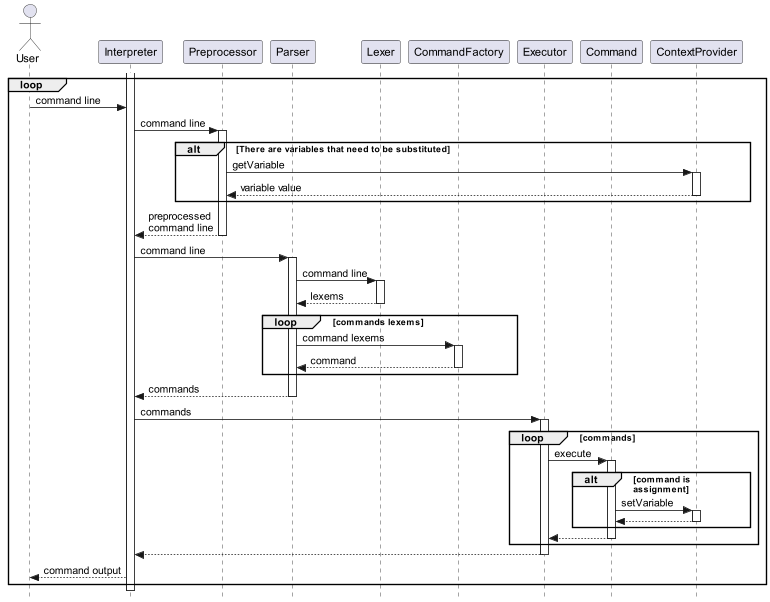
Earlier version of the PlantUML export public/SequenceDiagram.png (Ixorlive/CLI). Its source is kept beside it as public/SequenceDiagram.puml.
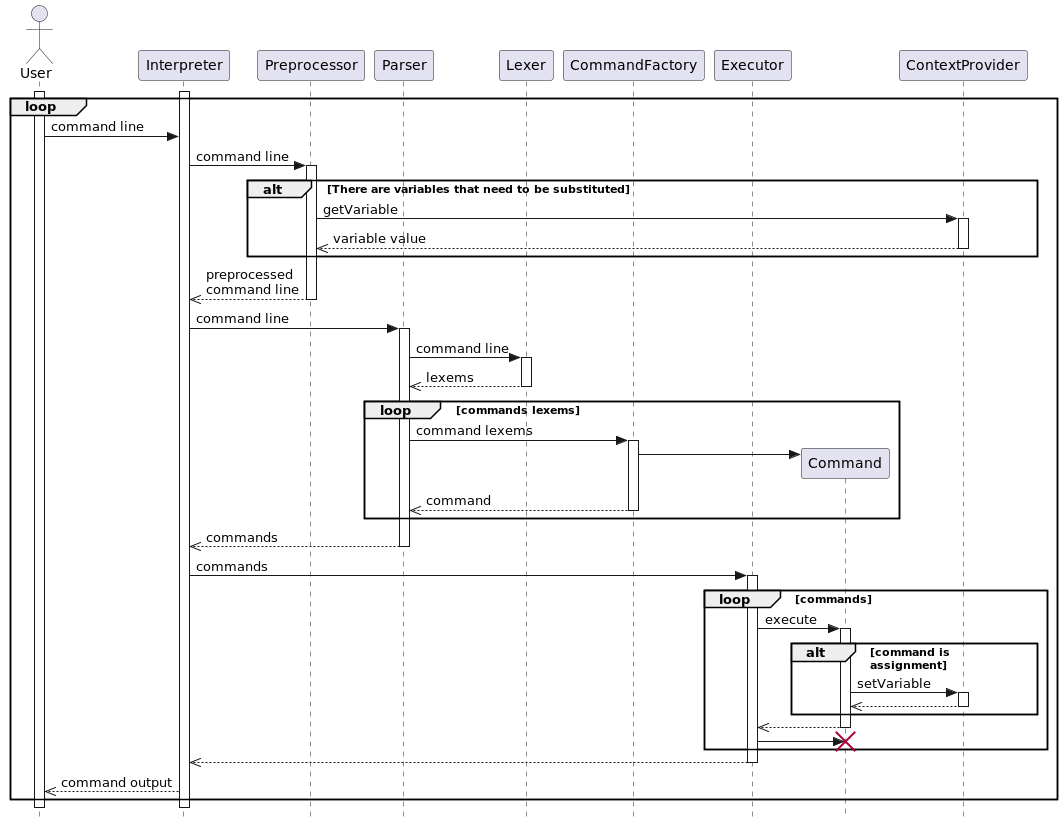
The same diagram one commit later.

Commit message:
fix sequence diagram

The edit, as a diff of the source:
```diff
@@ -12,6 +12,7 @@
 participant Command
 participant ContextProvider
 
+activate User
 activate Interpreter
 loop
 User -> Interpreter : command line
@@ -21,10 +22,10 @@
 alt There are variables that need to be substituted
     Preprocessor -> ContextProvider : getVariable
     activate ContextProvider
-    Preprocessor <-- ContextProvider : variable value
+    Preprocessor <<-- ContextProvider : variable value
     deactivate ContextProvider
 end
-Interpreter <-- Preprocessor : preprocessed\ncommand line
+Interpreter <<-- Preprocessor : preprocessed\ncommand line
 deactivate Preprocessor
 
 
@@ -32,16 +33,17 @@
 activate Parser
 Parser -> Lexer : command line
 activate Lexer
-Parser <-- Lexer : lexems
+Parser <<-- Lexer : lexems
 deactivate Lexer
 
 loop commands lexems
     Parser -> CommandFactory : command lexems
     activate CommandFactory
-    Parser <-- CommandFactory : command
+    CommandFactory -> Command **
+    Parser <<-- CommandFactory : command
     deactivate CommandFactory
 end
-Interpreter <-- Parser : commands
+Interpreter <<-- Parser : commands
 deactivate Parser
 
 Interpreter -> Executor : commands
@@ -52,17 +54,18 @@
     alt command is\nassignment
         Command -> ContextProvider : setVariable
         activate ContextProvider
-        Command <-- ContextProvider
+        Command <<-- ContextProvider
         deactivate ContextProvider
     end
-    Executor <-- Command
+    Executor <<-- Command
     deactivate Command
+    Executor -> Command !!
 end
-Interpreter <-- Executor
+Interpreter <<-- Executor
 deactivate Executor
 
 
-User <-- Interpreter : command output
+User <<-- Interpreter : command output
 end
 
 @enduml
```
